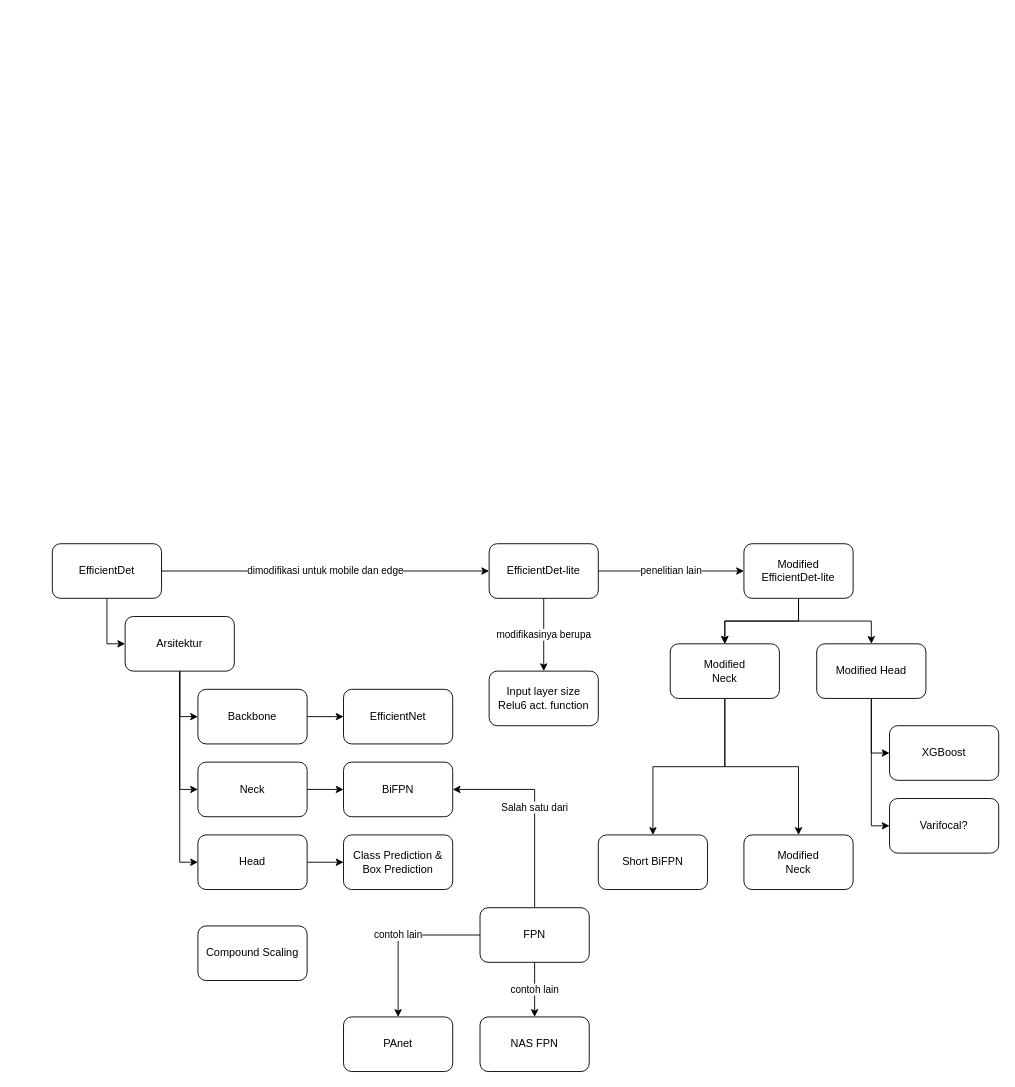
Before: page "Page-1" (1 of 2) of Untitled Diagram.drawio in shadow17t/diagram, a draw.io diagram. Source tidied: cells renumbered, new cells numbered last; positions are measured from the earlier drawing's top-left corner, leaving out a move shared by most shapes. Both pictures are drawn from the tidied source at 91%, with x=0, y=0 at pixel (52, 543).
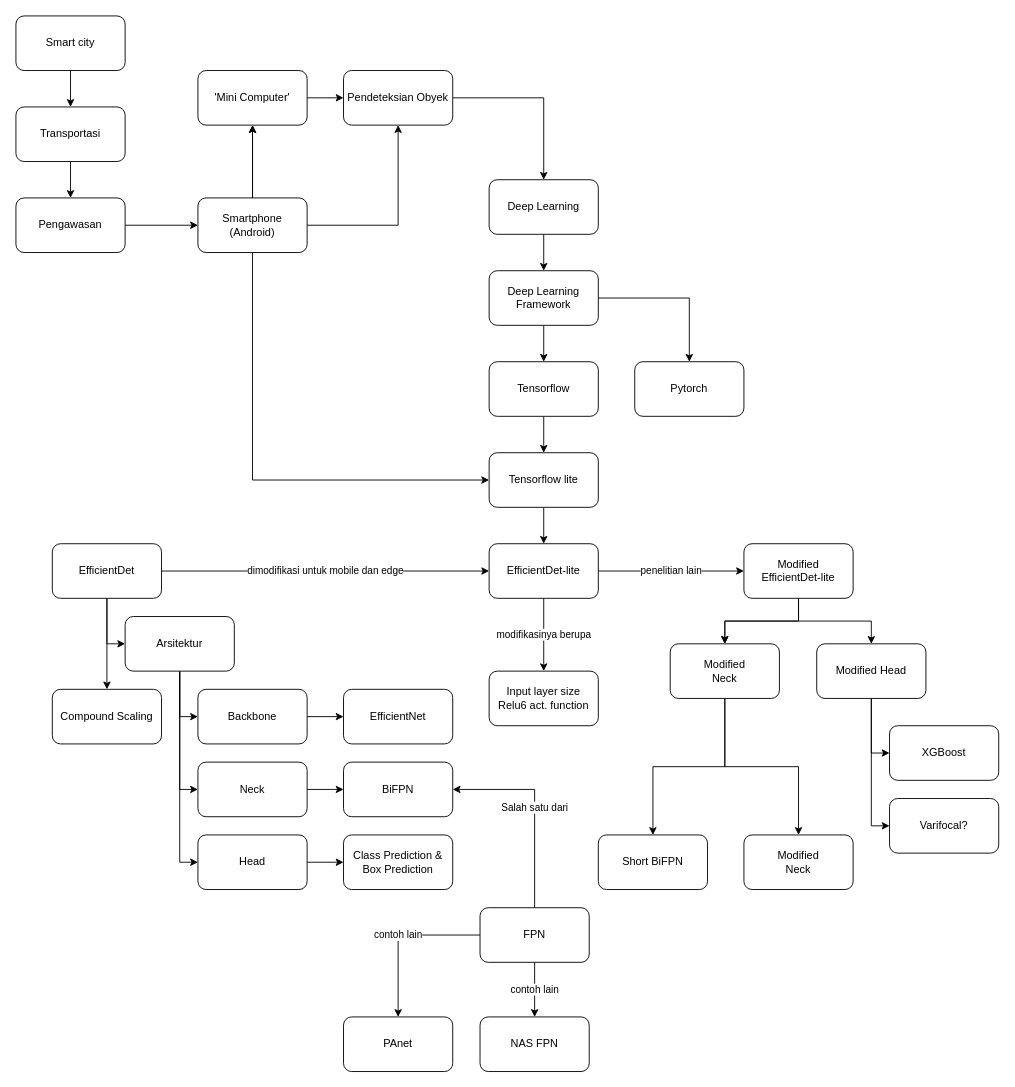
Above is the later version.

Unchanged cells that the change refers to:
```xml
<mxCell id="4" value="EfficientDet" style="rounded=1;whiteSpace=wrap;html=1;" parent="1" vertex="1">
  <mxGeometry width="120" height="60" as="geometry" />
</mxCell>
<mxCell id="21" value="EfficientDet-lite" style="rounded=1;whiteSpace=wrap;html=1;" parent="1" vertex="1">
  <mxGeometry x="480" width="120" height="60" as="geometry" />
</mxCell>
```

The edit, as a diff of the source:
```diff
@@
+    <mxCell id="43" style="edgeStyle=orthogonalEdgeStyle;rounded=0;jettySize=auto;html=1;entryX=0.5;entryY=0;entryDx=0;entryDy=0;" parent="1" edge="1" source="4" target="25">
+      <mxGeometry relative="1" as="geometry" />
+    </mxCell>
@@
     <mxCell id="25" value="Compound Scaling" style="rounded=1;whiteSpace=wrap;html=1;" parent="1" vertex="1">
-      <mxGeometry x="160" y="420" width="120" height="60" as="geometry" />
+      <mxGeometry y="160" width="120" height="60" as="geometry" />
     </mxCell>
@@
+    <mxCell id="44" style="edgeStyle=orthogonalEdgeStyle;rounded=0;jettySize=auto;html=1;" parent="1" edge="1" source="45" target="21">
+      <mxGeometry relative="1" as="geometry" />
+    </mxCell>
+    <mxCell id="45" value="Tensorflow lite" style="rounded=1;whiteSpace=wrap;html=1;" parent="1" vertex="1">
+      <mxGeometry x="480" y="-100" width="120" height="60" as="geometry" />
+    </mxCell>
+    <mxCell id="46" style="edgeStyle=orthogonalEdgeStyle;rounded=0;jettySize=auto;html=1;" parent="1" edge="1" source="47" target="45">
+      <mxGeometry relative="1" as="geometry" />
+    </mxCell>
+    <mxCell id="47" value="Tensorflow" style="rounded=1;whiteSpace=wrap;html=1;" parent="1" vertex="1">
+      <mxGeometry x="480" y="-200" width="120" height="60" as="geometry" />
+    </mxCell>
+    <mxCell id="48" style="edgeStyle=orthogonalEdgeStyle;rounded=0;jettySize=auto;html=1;" parent="1" edge="1" source="50" target="47">
+      <mxGeometry relative="1" as="geometry" />
+    </mxCell>
+    <mxCell id="49" style="edgeStyle=orthogonalEdgeStyle;rounded=0;jettySize=auto;html=1;" parent="1" edge="1" source="50" target="51">
+      <mxGeometry relative="1" as="geometry" />
+    </mxCell>
+    <mxCell id="50" value="Deep Learning&lt;br&gt;Framework" style="rounded=1;whiteSpace=wrap;html=1;" parent="1" vertex="1">
+      <mxGeometry x="480" y="-300" width="120" height="60" as="geometry" />
+    </mxCell>
+    <mxCell id="51" value="Pytorch" style="rounded=1;whiteSpace=wrap;html=1;" parent="1" vertex="1">
+      <mxGeometry x="640" y="-200" width="120" height="60" as="geometry" />
+    </mxCell>
+    <mxCell id="52" style="edgeStyle=orthogonalEdgeStyle;rounded=0;jettySize=auto;html=1;exitX=0.5;exitY=1;exitDx=0;exitDy=0;" parent="1" edge="1" source="56" target="45">
+      <mxGeometry relative="1" as="geometry">
+        <Array as="points">
+          <mxPoint x="220" y="-70" />
+        </Array>
+      </mxGeometry>
+    </mxCell>
+    <mxCell id="53" style="edgeStyle=orthogonalEdgeStyle;rounded=0;jettySize=auto;html=1;" parent="1" edge="1" source="56" target="58">
+      <mxGeometry relative="1" as="geometry" />
+    </mxCell>
+    <mxCell id="54" style="edgeStyle=orthogonalEdgeStyle;rounded=0;jettySize=auto;html=1;" parent="1" edge="1" source="68" target="58">
+      <mxGeometry relative="1" as="geometry" />
+    </mxCell>
+    <mxCell id="55" style="edgeStyle=orthogonalEdgeStyle;rounded=0;jettySize=auto;html=1;" parent="1" edge="1" source="56" target="68">
+      <mxGeometry relative="1" as="geometry" />
+    </mxCell>
+    <mxCell id="56" value="Smartphone&lt;br&gt;(Android)" style="rounded=1;whiteSpace=wrap;html=1;" parent="1" vertex="1">
+      <mxGeometry x="160" y="-380" width="120" height="60" as="geometry" />
+    </mxCell>
+    <mxCell id="57" style="edgeStyle=orthogonalEdgeStyle;rounded=0;jettySize=auto;html=1;" parent="1" edge="1" source="58" target="66">
+      <mxGeometry relative="1" as="geometry" />
+    </mxCell>
+    <mxCell id="58" value="Pendeteksian Obyek" style="rounded=1;whiteSpace=wrap;html=1;" parent="1" vertex="1">
+      <mxGeometry x="320" y="-520" width="120" height="60" as="geometry" />
+    </mxCell>
+    <mxCell id="59" style="edgeStyle=orthogonalEdgeStyle;rounded=0;jettySize=auto;html=1;" parent="1" edge="1" source="60" target="62">
+      <mxGeometry relative="1" as="geometry" />
+    </mxCell>
+    <mxCell id="60" value="Smart city" style="rounded=1;whiteSpace=wrap;html=1;" parent="1" vertex="1">
+      <mxGeometry x="-40" y="-580" width="120" height="60" as="geometry" />
+    </mxCell>
+    <mxCell id="61" style="edgeStyle=orthogonalEdgeStyle;rounded=0;jettySize=auto;html=1;" parent="1" edge="1" source="62" target="64">
+      <mxGeometry relative="1" as="geometry" />
+    </mxCell>
+    <mxCell id="62" value="Transportasi" style="rounded=1;whiteSpace=wrap;html=1;" parent="1" vertex="1">
+      <mxGeometry x="-40" y="-480" width="120" height="60" as="geometry" />
+    </mxCell>
+    <mxCell id="63" style="edgeStyle=orthogonalEdgeStyle;rounded=0;jettySize=auto;html=1;entryX=0;entryY=0.5;entryDx=0;entryDy=0;" parent="1" edge="1" source="64" target="56">
+      <mxGeometry relative="1" as="geometry" />
+    </mxCell>
+    <mxCell id="64" value="Pengawasan" style="rounded=1;whiteSpace=wrap;html=1;" parent="1" vertex="1">
+      <mxGeometry x="-40" y="-380" width="120" height="60" as="geometry" />
+    </mxCell>
+    <mxCell id="65" style="edgeStyle=orthogonalEdgeStyle;rounded=0;jettySize=auto;html=1;entryX=0.5;entryY=0;entryDx=0;entryDy=0;" parent="1" edge="1" source="66" target="50">
+      <mxGeometry relative="1" as="geometry" />
+    </mxCell>
+    <mxCell id="66" value="Deep Learning" style="rounded=1;whiteSpace=wrap;html=1;" parent="1" vertex="1">
+      <mxGeometry x="480" y="-400" width="120" height="60" as="geometry" />
+    </mxCell>
+    <mxCell id="67" style="edgeStyle=orthogonalEdgeStyle;rounded=0;jettySize=auto;html=1;" parent="1" edge="1" source="56" target="68">
+      <mxGeometry relative="1" as="geometry" />
+    </mxCell>
+    <mxCell id="68" value="'Mini Computer'" style="rounded=1;whiteSpace=wrap;html=1;" parent="1" vertex="1">
+      <mxGeometry x="160" y="-520" width="120" height="60" as="geometry" />
+    </mxCell>
```
